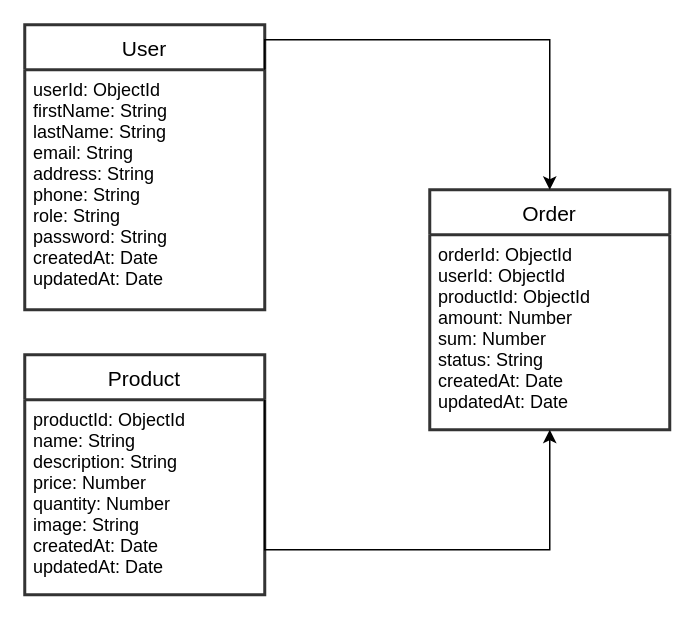
Above: backend/other/db-uml.drawio in VadimZubchenko/Opifram_project_R2 (draw.io), before the change. Source tidied: cells renumbered, new cells numbered last; positions are measured from the earlier drawing's top-left corner, leaving out a move shared by most shapes. Both pictures are drawn from the tidied source at 150%, with x=0, y=0 at pixel (24, 24).
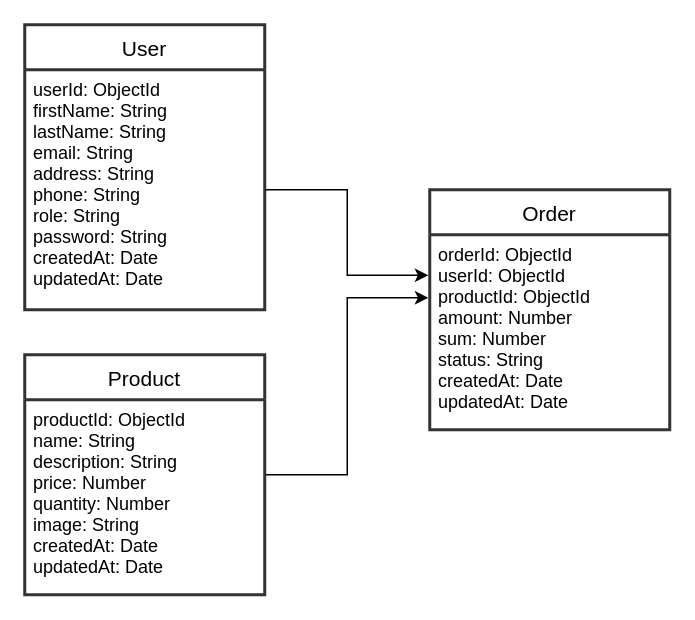
After the change.

What changed in the source:
```diff
@@
 <mxGraphModel>
   <root>
     <mxCell id="0" />
     <mxCell id="1" parent="0" />
     <mxCell id="2" value="User" style="swimlane;horizontal=1;startSize=30;rounded=0;fontSize=14;fontStyle=0;strokeWidth=2;shadow=0;dashed=0;align=center;swimlaneLine=1;strokeColor=#333;" parent="1" vertex="1">
       <mxGeometry width="160" height="190" as="geometry" />
     </mxCell>
     <mxCell id="3" value="userId: ObjectId&#10;firstName: String&#10;lastName: String&#10;email: String&#10;address: String&#10;phone: String&#10;role: String&#10;password: String&#10;createdAt: Date&#10;updatedAt: Date" style="align=left;strokeColor=none;fillColor=none;spacingLeft=4;fontSize=12;verticalAlign=top;" parent="2" vertex="1">
       <mxGeometry y="30" width="160" height="160" as="geometry" />
     </mxCell>
+    <mxCell id="10" style="edgeStyle=orthogonalEdgeStyle;rounded=0;jettySize=auto;html=1;entryX=-0.006;entryY=0.323;entryDx=0;entryDy=0;entryPerimeter=0;" parent="1" edge="1" source="4" target="7">
+      <mxGeometry relative="1" as="geometry" />
+    </mxCell>
     <mxCell id="4" value="Product" style="swimlane;horizontal=1;startSize=30;rounded=0;fontSize=14;fontStyle=0;strokeWidth=2;shadow=0;dashed=0;align=center;strokeColor=#333;" parent="1" vertex="1">
       <mxGeometry y="220" width="160" height="160" as="geometry" />
     </mxCell>
     <mxCell id="5" value="productId: ObjectId&#10;name: String&#10;description: String&#10;price: Number&#10;quantity: Number&#10;image: String&#10;createdAt: Date&#10;updatedAt: Date" style="align=left;strokeColor=none;fillColor=none;spacingLeft=4;fontSize=12;verticalAlign=top;" parent="4" vertex="1">
       <mxGeometry y="30" width="160" height="130" as="geometry" />
     </mxCell>
     <mxCell id="6" value="Order" style="swimlane;horizontal=1;startSize=30;rounded=0;fontSize=14;fontStyle=0;strokeWidth=2;shadow=0;dashed=0;align=center;strokeColor=#333;" parent="1" vertex="1">
       <mxGeometry x="270" y="110" width="160" height="160" as="geometry" />
     </mxCell>
     <mxCell id="7" value="orderId: ObjectId&#10;userId: ObjectId&#10;productId: ObjectId&#10;amount: Number&#10;sum: Number&#10;status: String&#10;createdAt: Date&#10;updatedAt: Date" style="align=left;strokeColor=none;fillColor=none;spacingLeft=4;fontSize=12;verticalAlign=top;" parent="6" vertex="1">
       <mxGeometry y="30" width="160" height="130" as="geometry" />
     </mxCell>
-    <mxCell id="8" style="edgeStyle=orthogonalEdgeStyle;rounded=0;jettySize=auto;html=1;entryX=0.5;entryY=1;entryDx=0;entryDy=0;exitX=1;exitY=0;exitDx=0;exitDy=0;" parent="1" edge="1" source="5" target="7">
-      <mxGeometry relative="1" as="geometry">
-        <Array as="points">
-          <mxPoint x="160" y="350" />
-          <mxPoint x="350" y="350" />
-        </Array>
-      </mxGeometry>
-    </mxCell>
-    <mxCell id="9" style="edgeStyle=orthogonalEdgeStyle;rounded=0;jettySize=auto;html=1;entryX=0.5;entryY=0;entryDx=0;entryDy=0;exitX=1;exitY=0;exitDx=0;exitDy=0;" parent="1" edge="1" source="3" target="6">
-      <mxGeometry relative="1" as="geometry" />
-    </mxCell>
+    <mxCell id="11" style="edgeStyle=orthogonalEdgeStyle;rounded=0;jettySize=auto;html=1;entryX=-0.006;entryY=0.208;entryDx=0;entryDy=0;entryPerimeter=0;" parent="1" edge="1" source="3" target="7">
+      <mxGeometry relative="1" as="geometry" />
+    </mxCell>
   </root>
 </mxGraphModel>
```
